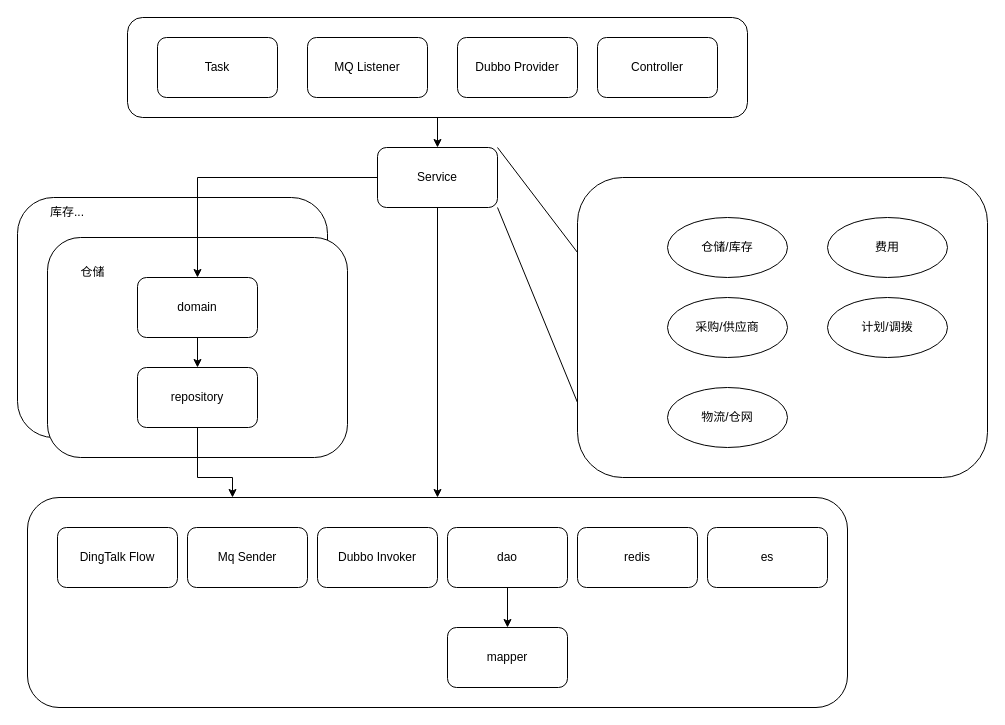
The draw.io diagram xiangmuability.drawio in zzqfsy/zzqfsy.github.io, before the edit. Source tidied: cells renumbered, new cells numbered last; positions are measured from the earlier drawing's top-left corner, leaving out a move shared by most shapes. Both pictures are drawn from the tidied source at 100%, with x=0, y=0 at pixel (17, 17).
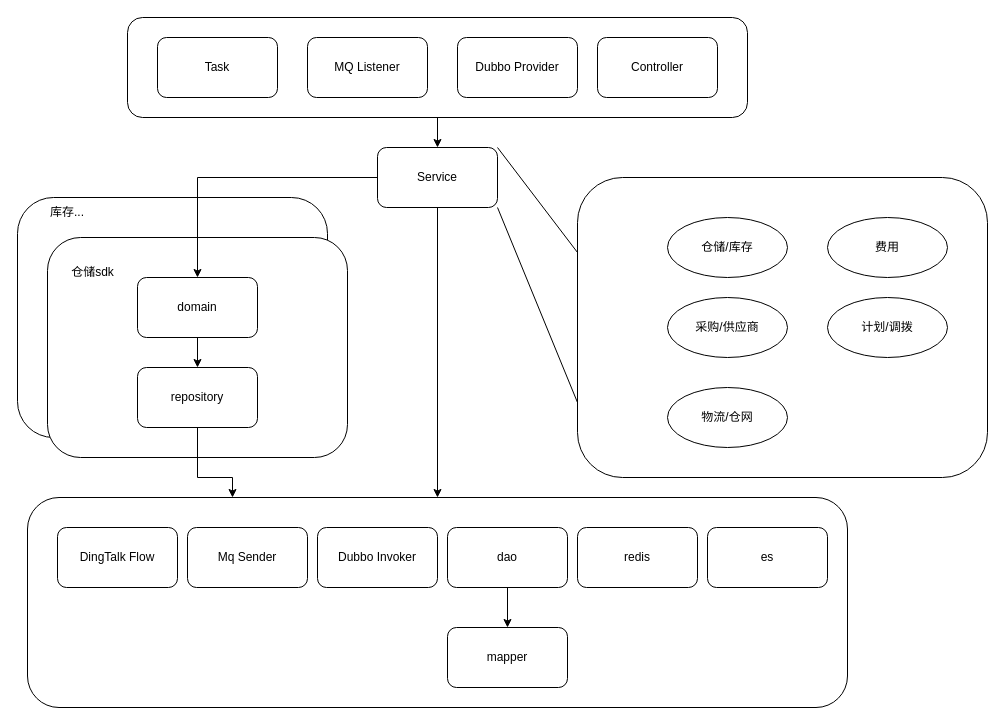
The same page after the edit.

The edit, as a diff of the source:
```diff
@@
-    <mxCell id="34" value="仓储" style="text;html=1;align=center;verticalAlign=middle;strokeColor=none;fillColor=none;" parent="1" vertex="1">
-      <mxGeometry x="50" y="240" width="50" height="30" as="geometry" />
+    <mxCell id="34" value="仓储sdk" style="text;html=1;align=center;verticalAlign=middle;strokeColor=none;fillColor=none;" parent="1" vertex="1">
+      <mxGeometry x="40" y="240" width="70" height="30" as="geometry" />
     </mxCell>
```
